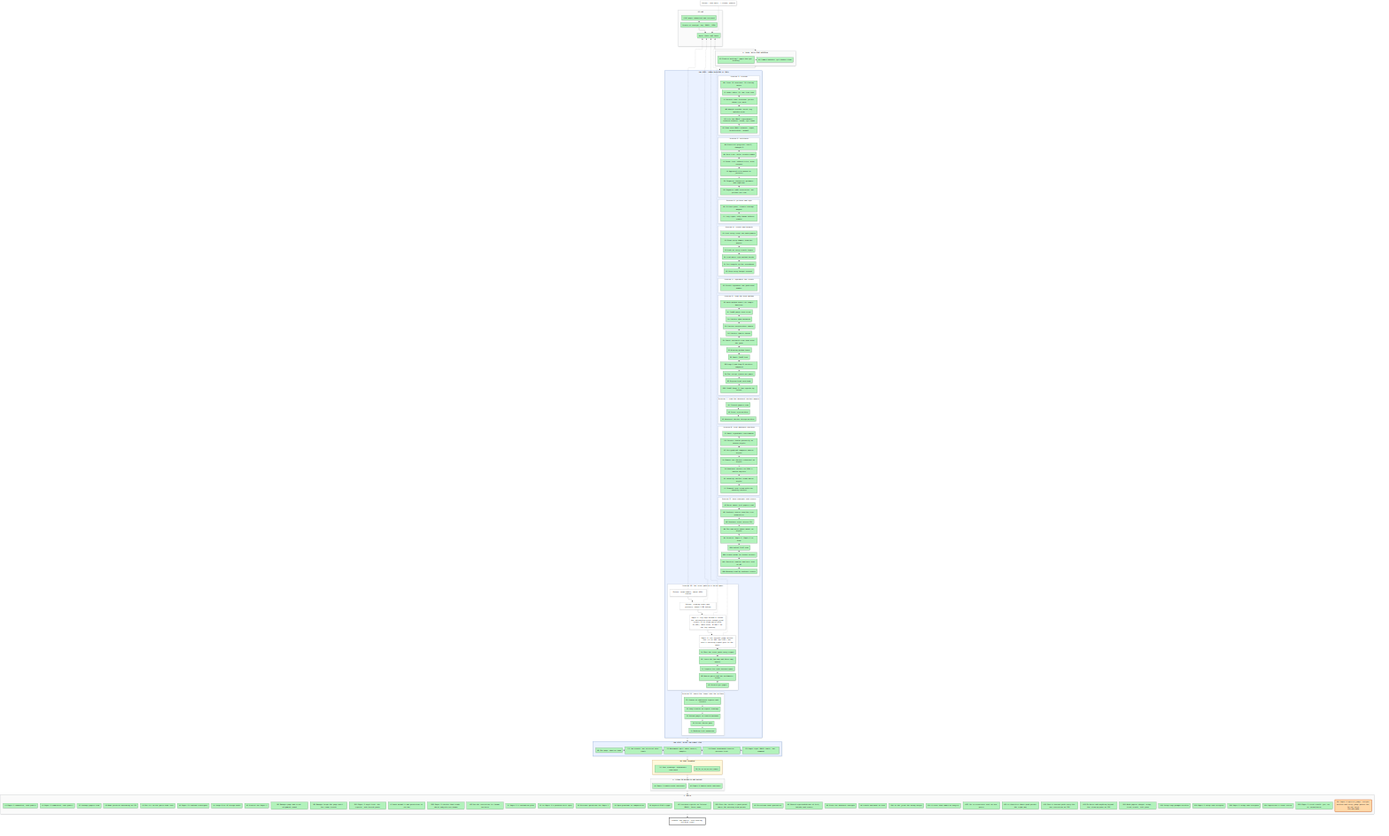
This is artifacts/notes/progress/map.png from mo-rsa24/concept-composition, a Mermaid export, as it was before one commit. Its source is kept beside it as artifacts/notes/progress/map.mmd.
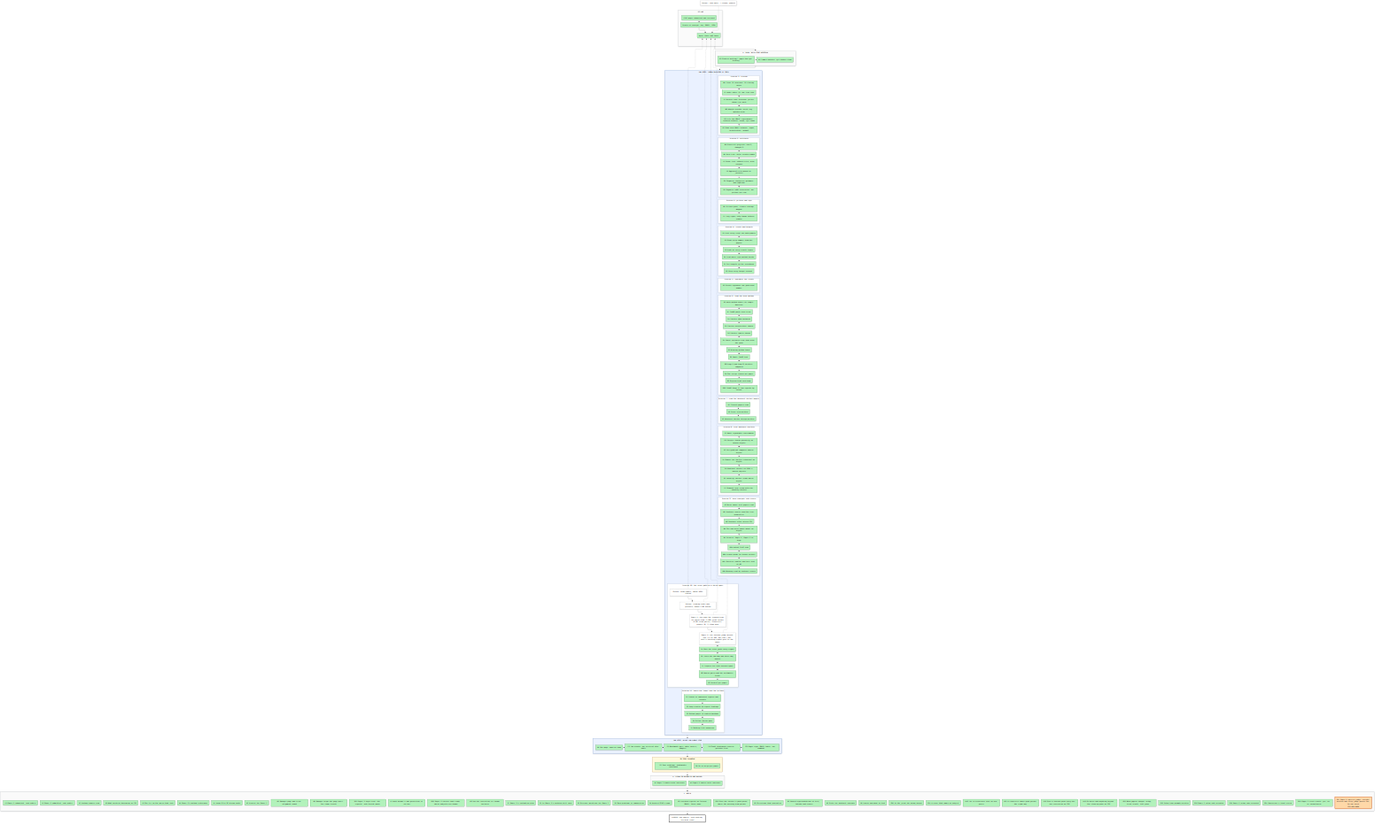
The same file after the commit.

Commit message:
Supervisor and map: the toy's data curve; B and C draw no touching pairs on the toy

The edit, as a diff of the source:
```diff
@@ -80,7 +80,7 @@
   X0["Detour: idea walk, 7 claims, paused"]:::detour -.-> P2
   X1["Detour: zoom-ladder, about 430k tokens"]:::detour -.-> P2
   X2["Detour: reading route and pictures, about 1.8M tokens"]:::detour -.-> P2
-  X3["Paper 1: toy says Method A learns the interaction given enough joint scenes (0.74 clean pairs with 11,329); data curve, B and C on the toy running"]:::detour -.-> P2
+  X3["Paper 1: toy says the learned term (A) works from ~1,000 joint scenes (0.80 clean pairs); classifier pushes (B, C) draw none"]:::detour -.-> P2
   X4["Paper 2: our trained judge missed too (75 of 240, bar 216); the dial's training signal goes to the owner"]:::detour -.-> P2
   L1 ~~~ L2 ~~~ L3 ~~~ L4 ~~~ L5 ~~~ L6 ~~~ L7 ~~~ L8 ~~~ L9 ~~~ L10 ~~~ L11
   S0 --> SA --> LOOP --> JOIN --> CAL --> SE --> SF --> GOAL
```
